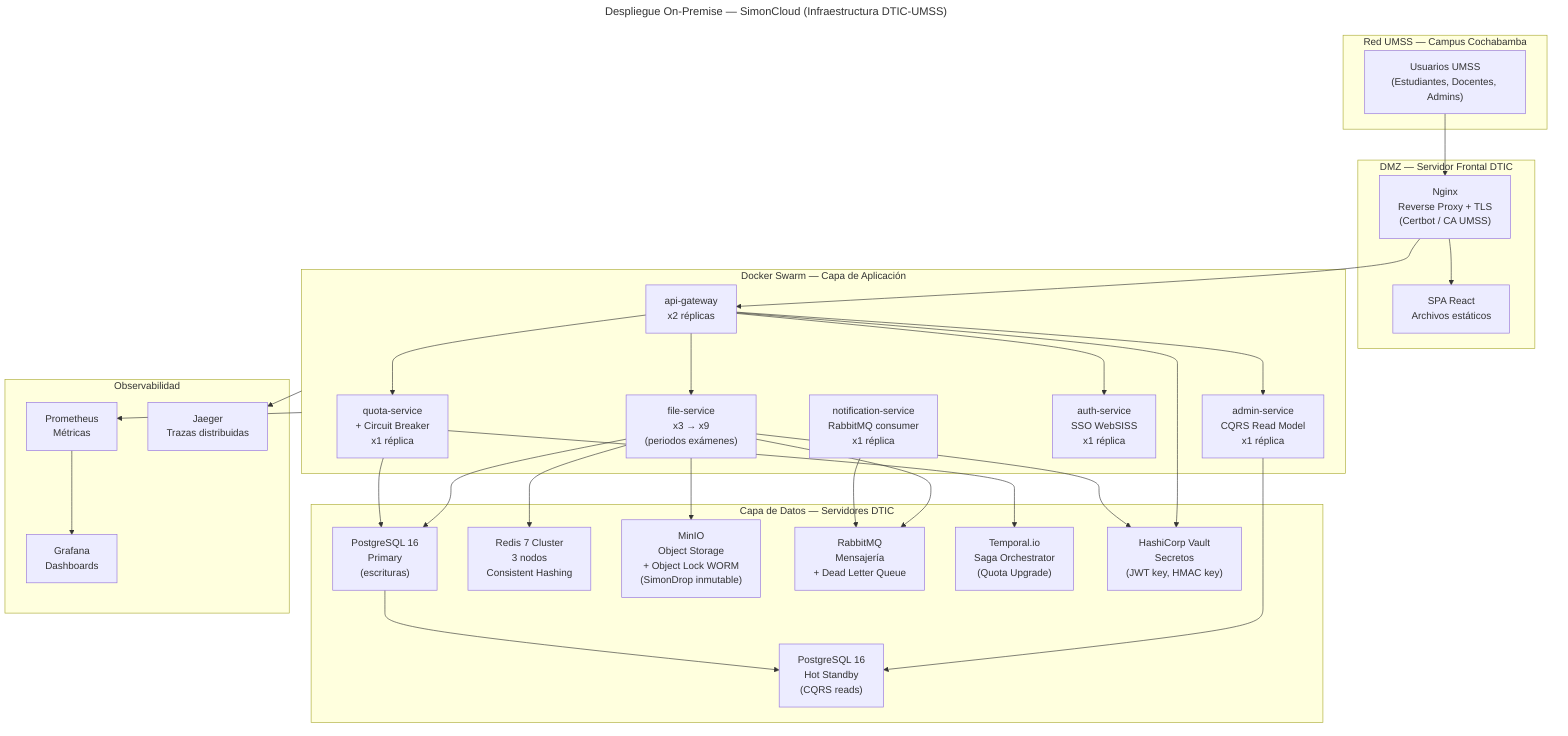
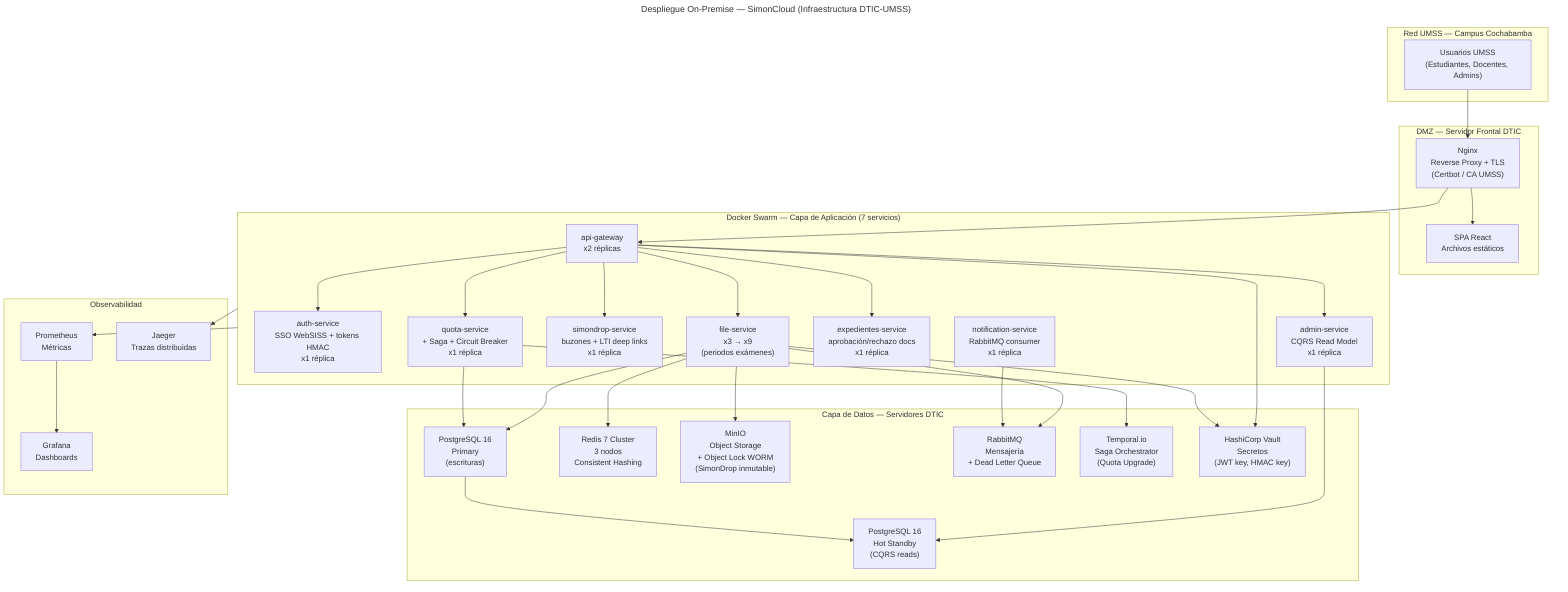
---
title: "Despliegue On-Premise — SimonCloud (Infraestructura DTIC-UMSS)"
---
flowchart TD
    subgraph Campus["Red UMSS — Campus Cochabamba"]
        Users["Usuarios UMSS\n(Estudiantes, Docentes, Admins)"]
    end

    subgraph DMZ["DMZ — Servidor Frontal DTIC"]
        Nginx["Nginx\nReverse Proxy + TLS\n(Certbot / CA UMSS)"]
        SPA["SPA React\nArchivos estáticos"]
    end

-     subgraph Swarm["Docker Swarm — Capa de Aplicación"]
+     subgraph Swarm["Docker Swarm — Capa de Aplicación (7 servicios)"]
        GW_T["api-gateway\nx2 réplicas"]
+         AS_T["auth-service\nSSO WebSISS + tokens HMAC\nx1 réplica"]
        FS_T["file-service\nx3 → x9\n(periodos exámenes)"]
-         QS_T["quota-service\n+ Circuit Breaker\nx1 réplica"]
+         DS_T["simondrop-service\nbuzones + LTI deep links\nx1 réplica"]
+         QS_T["quota-service\n+ Saga + Circuit Breaker\nx1 réplica"]
+         EXP_T["expedientes-service\naprobación/rechazo docs\nx1 réplica"]
        NS_T["notification-service\nRabbitMQ consumer\nx1 réplica"]
-         AS_T["auth-service\nSSO WebSISS\nx1 réplica"]
        ADM_T["admin-service\nCQRS Read Model\nx1 réplica"]
    end

    subgraph Data["Capa de Datos — Servidores DTIC"]
        PG_P["PostgreSQL 16\nPrimary\n(escrituras)"]
        PG_R["PostgreSQL 16\nHot Standby\n(CQRS reads)"]
        REDIS["Redis 7 Cluster\n3 nodos\nConsistent Hashing"]
        MINIO["MinIO\nObject Storage\n+ Object Lock WORM\n(SimonDrop inmutable)"]
        RABBIT["RabbitMQ\nMensajería\n+ Dead Letter Queue"]
        TEMPORAL["Temporal.io\nSaga Orchestrator\n(Quota Upgrade)"]
        VAULT["HashiCorp Vault\nSecretos\n(JWT key, HMAC key)"]
    end

    subgraph Obs["Observabilidad"]
        PROM["Prometheus\nMétricas"]
        GRAFANA["Grafana\nDashboards"]
        JAEGER["Jaeger\nTrazas distribuidas"]
    end

    Users --> Nginx
    Nginx --> SPA
    Nginx --> GW_T
+     GW_T --> AS_T
    GW_T --> FS_T
+     GW_T --> DS_T
    GW_T --> QS_T
-     GW_T --> AS_T
+     GW_T --> EXP_T
    GW_T --> ADM_T
    GW_T --> VAULT
    FS_T --> PG_P
    FS_T --> REDIS
    FS_T --> MINIO
    FS_T --> RABBIT
    FS_T --> VAULT
    QS_T --> PG_P
    QS_T --> TEMPORAL
    NS_T --> RABBIT
    ADM_T --> PG_R
    PG_P --> PG_R
    Swarm --> PROM
    PROM --> GRAFANA
    Swarm --> JAEGER
